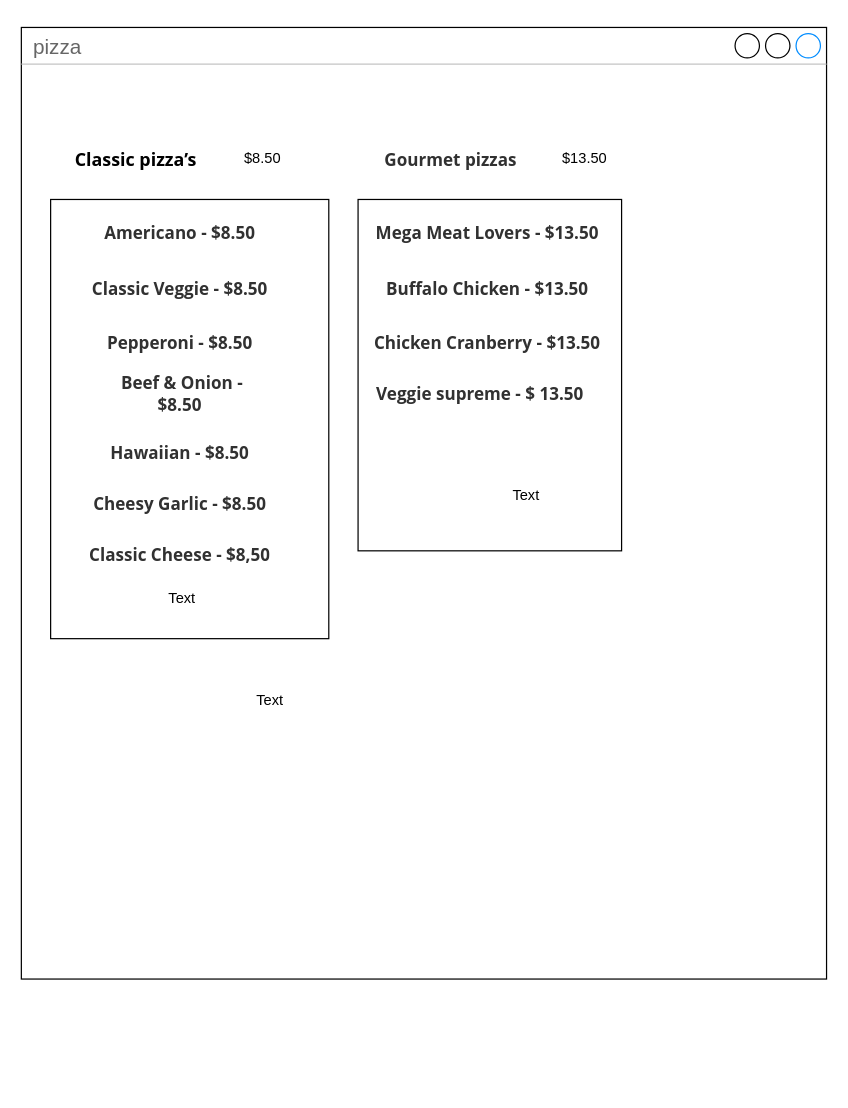
The draw.io diagram page "Page-1" (1 of 2) of Untitled Diagram.drawio in ASDAH-Digtal/pizza-program-mavehanisi2005, before the edit. Source tidied: cells renumbered, new cells numbered last; positions are measured from the earlier drawing's top-left corner, leaving out a move shared by most shapes. Both pictures are drawn from the tidied source at 122%, with x=0, y=0 at pixel (21, 27).
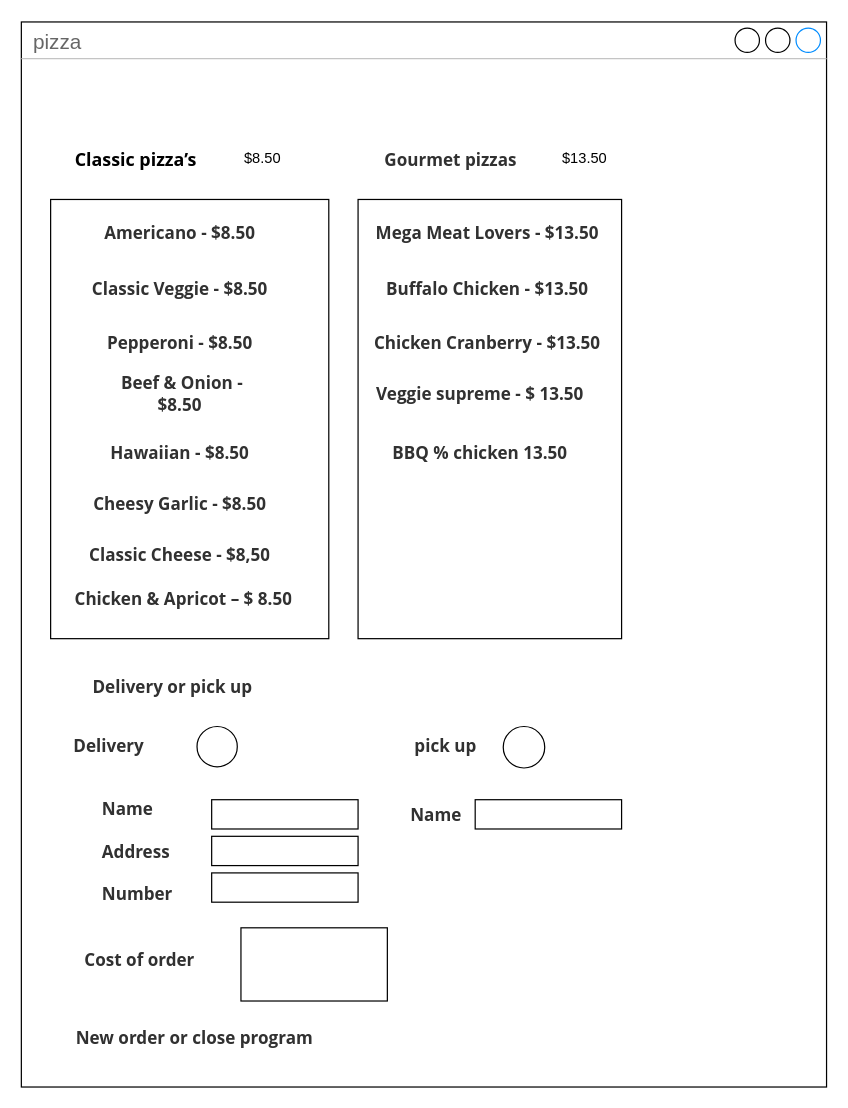
After the change.

Diff of the diagram source:
```diff
@@
     <mxCell id="2" value="pizza&amp;nbsp;" style="strokeWidth=1;shadow=0;dashed=0;align=center;html=1;shape=mxgraph.mockup.containers.window;align=left;verticalAlign=top;spacingLeft=8;strokeColor2=#008cff;strokeColor3=#c4c4c4;fontColor=#666666;mainText=;fontSize=17;labelBackgroundColor=none;" parent="1" vertex="1">
-      <mxGeometry width="660" height="780" as="geometry" />
+      <mxGeometry y="-4.5" width="660" height="873" as="geometry" />
     </mxCell>
@@
     <mxCell id="12" style="rounded=0;whiteSpace=wrap;html=1;" parent="1" vertex="1">
-      <mxGeometry x="276" y="141" width="216" height="288" as="geometry" />
+      <mxGeometry x="276" y="141" width="216" height="360" as="geometry" />
     </mxCell>
@@
-    <mxCell id="18" value="Text" style="text;html=1;strokeColor=none;fillColor=none;align=center;verticalAlign=middle;whiteSpace=wrap;rounded=0;" parent="1" vertex="1">
-      <mxGeometry x="48" y="453" width="168" height="30" as="geometry" />
-    </mxCell>
@@
-    <mxCell id="21" value="Text" style="text;html=1;strokeColor=none;fillColor=none;align=center;verticalAlign=middle;whiteSpace=wrap;rounded=0;" parent="1" vertex="1">
-      <mxGeometry x="384" y="369" width="60" height="30" as="geometry" />
+    <mxCell id="21" value="&#10;&#10;&lt;span lang=&quot;EN-US&quot; class=&quot;TextRun SCXW108881625 BCX0&quot; style=&quot;margin: 0px; padding: 0px; font-variant: normal; font-style: normal; letter-spacing: normal; text-align: left; text-indent: 0px; text-transform: none; word-spacing: 0px; background-color: rgb(255, 255, 255); color: rgb(49, 49, 49); font-size: 10.5pt; line-height: 17.2667px; font-family: &amp;quot;open sans&amp;quot;, &amp;quot;open sans_embeddedfont&amp;quot;, &amp;quot;open sans_msfontservice&amp;quot;, sans-serif; font-weight: bold;&quot;&gt;&lt;span class=&quot;NormalTextRun SCXW108881625 BCX0&quot; style=&quot;margin: 0px ; padding: 0px&quot;&gt;BBQ % chicken 13.50&lt;/span&gt;&lt;/span&gt;&lt;span class=&quot;EOP SCXW108881625 BCX0&quot; style=&quot;margin: 0px; padding: 0px; font-style: normal; font-weight: 400; letter-spacing: normal; text-align: left; text-indent: 0px; text-transform: none; word-spacing: 0px; background-color: rgb(255, 255, 255); font-size: 10.5pt; line-height: 17.2667px; font-family: &amp;quot;open sans&amp;quot;, &amp;quot;open sans_embeddedfont&amp;quot;, &amp;quot;open sans_msfontservice&amp;quot;, sans-serif; color: rgb(49, 49, 49);&quot;&gt;&amp;nbsp;&lt;/span&gt;&#10;&#10;" style="text;html=1;strokeColor=none;fillColor=none;align=center;verticalAlign=middle;whiteSpace=wrap;rounded=0;" parent="1" vertex="1">
+      <mxGeometry x="300" y="333" width="156" height="30" as="geometry" />
     </mxCell>
-    <mxCell id="22" value="Text" style="text;html=1;strokeColor=none;fillColor=none;align=center;verticalAlign=middle;whiteSpace=wrap;rounded=0;" parent="1" vertex="1">
-      <mxGeometry x="24" y="537" width="360" height="30" as="geometry" />
+    <mxCell id="22" value="&#10;&#10;&lt;span lang=&quot;EN-US&quot; class=&quot;TextRun SCXW60434839 BCX0&quot; style=&quot;margin: 0px; padding: 0px; font-variant: normal; font-style: normal; letter-spacing: normal; text-align: left; text-indent: 0px; text-transform: none; word-spacing: 0px; background-color: rgb(255, 255, 255); color: rgb(49, 49, 49); font-size: 10.5pt; line-height: 17.2667px; font-family: &amp;quot;open sans&amp;quot;, &amp;quot;open sans_embeddedfont&amp;quot;, &amp;quot;open sans_msfontservice&amp;quot;, sans-serif; font-weight: bold;&quot;&gt;&lt;span class=&quot;NormalTextRun SCXW60434839 BCX0&quot; style=&quot;margin: 0px ; padding: 0px&quot;&gt;Delivery or pick up&lt;/span&gt;&lt;/span&gt;&lt;span class=&quot;EOP SCXW60434839 BCX0&quot; style=&quot;margin: 0px; padding: 0px; font-style: normal; font-weight: 400; letter-spacing: normal; text-align: left; text-indent: 0px; text-transform: none; word-spacing: 0px; background-color: rgb(255, 255, 255); font-size: 10.5pt; line-height: 17.2667px; font-family: &amp;quot;open sans&amp;quot;, &amp;quot;open sans_embeddedfont&amp;quot;, &amp;quot;open sans_msfontservice&amp;quot;, sans-serif; color: rgb(49, 49, 49);&quot;&gt;&amp;nbsp;&lt;/span&gt;&#10;&#10;" style="text;html=1;strokeColor=none;fillColor=none;align=center;verticalAlign=middle;whiteSpace=wrap;rounded=0;" parent="1" vertex="1">
+      <mxGeometry x="24" y="525" width="204" height="30" as="geometry" />
     </mxCell>
+    <mxCell id="23" value="&#10;&#10;&lt;span lang=&quot;EN-US&quot; class=&quot;TextRun BCX0 SCXW267717748&quot; style=&quot;animation: 0s ease 0s 1 normal none running none; appearance: none; backface-visibility: visible; background: none 0% 0% / auto repeat scroll padding-box border-box rgba(0, 0, 0, 0); border-color: rgb(49, 49, 49); border-collapse: separate; border-width: 0px; border-style: none; border-spacing: 0px; border-radius: 0px; box-shadow: none; box-sizing: content-box; caption-side: top; clear: none; clip: auto; color: rgb(49, 49, 49); content: normal; cursor: text; direction: ltr; display: inline; empty-cells: show; float: none; font-family: wordvisi_msfontservice, &amp;quot;open sans&amp;quot;, &amp;quot;open sans_embeddedfont&amp;quot;, &amp;quot;open sans_msfontservice&amp;quot;, sans-serif; font-size: 14px; font-style: normal; font-weight: 700; height: auto; letter-spacing: normal; line-height: 17.2667px; list-style: outside none disc; margin: 0px; max-height: none; max-width: none; min-height: 0px; min-width: 0px; opacity: 1; outline: rgb(49, 49, 49) none 0px; overflow: visible; overflow-wrap: break-word; padding: 0px; perspective: none; perspective-origin: 0px 0px; position: static; resize: none; speak: normal; table-layout: auto; text-align: left; text-decoration: none; text-indent: 0px; text-overflow: clip; text-shadow: none; text-transform: none; transform: none; transform-origin: 0px 0px; transform-style: flat; transition: all 0s ease 0s; unicode-bidi: normal; vertical-align: baseline; visibility: visible; width: auto; word-break: normal; word-spacing: 0px; z-index: auto; zoom: 1;&quot;&gt;&lt;span class=&quot;NormalTextRun BCX0 SCXW267717748&quot;&gt;Delivery &lt;/span&gt;&lt;/span&gt;&#10;&#10;" style="text;html=1;strokeColor=none;fillColor=none;align=center;verticalAlign=middle;whiteSpace=wrap;rounded=0;" parent="1" vertex="1">
+      <mxGeometry x="24" y="573" width="96" height="30" as="geometry" />
+    </mxCell>
+    <mxCell id="24" style="ellipse;whiteSpace=wrap;html=1;" parent="1" vertex="1">
+      <mxGeometry x="144" y="573" width="33" height="33" as="geometry" />
+    </mxCell>
+    <mxCell id="25" value="&#10;&#10;&lt;div class=&quot;OutlineElement Ltr SCXW15388057 BCX0&quot; style=&quot;margin: 0px; padding: 0px; overflow: visible; cursor: text; clear: both; position: relative; direction: ltr; color: rgb(0, 0, 0); font-family: &amp;quot;segoe ui&amp;quot;, &amp;quot;segoe ui web&amp;quot;, arial, verdana, sans-serif; font-size: 12px; font-style: normal; font-weight: 400; letter-spacing: normal; text-indent: 0px; text-transform: none; word-spacing: 0px; background-color: rgb(255, 255, 255);&quot;&gt;&lt;p class=&quot;Paragraph SCXW15388057 BCX0&quot; lang=&quot;EN-US&quot; style=&quot;margin: 0px; padding: 0px; overflow-wrap: break-word; font-weight: normal; font-style: normal; vertical-align: baseline; background-color: transparent; text-align: left; text-indent: 0px;&quot;&gt;&lt;span lang=&quot;EN-US&quot; class=&quot;TextRun SCXW15388057 BCX0&quot; style=&quot;margin: 0px ; padding: 0px ; font-variant: normal ; color: rgb(49 , 49 , 49) ; font-size: 10.5pt ; font-style: normal ; text-transform: none ; line-height: 17.2667px ; font-family: &amp;quot;open sans&amp;quot; , &amp;quot;open sans_embeddedfont&amp;quot; , &amp;quot;open sans_msfontservice&amp;quot; , sans-serif ; font-weight: bold&quot;&gt;&lt;span class=&quot;NormalTextRun SCXW15388057 BCX0&quot; style=&quot;margin: 0px ; padding: 0px&quot;&gt;Name&lt;/span&gt;&lt;/span&gt;&lt;span class=&quot;EOP SCXW15388057 BCX0&quot; style=&quot;margin: 0px ; padding: 0px ; font-size: 10.5pt ; line-height: 17.2667px ; font-family: &amp;quot;open sans&amp;quot; , &amp;quot;open sans_embeddedfont&amp;quot; , &amp;quot;open sans_msfontservice&amp;quot; , sans-serif ; color: rgb(49 , 49 , 49)&quot;&gt;&amp;nbsp;&lt;/span&gt;&lt;/p&gt;&lt;/div&gt;&lt;div class=&quot;OutlineElement Ltr SCXW15388057 BCX0&quot; style=&quot;margin: 0px; padding: 0px; overflow: visible; cursor: text; clear: both; position: relative; direction: ltr; color: rgb(0, 0, 0); font-family: &amp;quot;segoe ui&amp;quot;, &amp;quot;segoe ui web&amp;quot;, arial, verdana, sans-serif; font-size: 12px; font-style: normal; font-weight: 400; letter-spacing: normal; text-indent: 0px; text-transform: none; word-spacing: 0px; background-color: rgb(255, 255, 255);&quot;&gt;&lt;p class=&quot;Paragraph SCXW15388057 BCX0&quot; lang=&quot;EN-US&quot; style=&quot;margin: 0px; padding: 0px; overflow-wrap: break-word; font-weight: normal; font-style: normal; vertical-align: baseline; background-color: transparent; text-align: left; text-indent: 0px;&quot;&gt;&lt;span lang=&quot;EN-US&quot; class=&quot;TextRun SCXW15388057 BCX0&quot; style=&quot;margin: 0px ; padding: 0px ; font-variant: normal ; color: rgb(49 , 49 , 49) ; font-size: 10.5pt ; font-style: normal ; text-transform: none ; line-height: 17.2667px ; font-family: &amp;quot;open sans&amp;quot; , &amp;quot;open sans_embeddedfont&amp;quot; , &amp;quot;open sans_msfontservice&amp;quot; , sans-serif ; font-weight: bold&quot;&gt;&lt;span class=&quot;NormalTextRun SCXW15388057 BCX0&quot; style=&quot;margin: 0px ; padding: 0px&quot;&gt;&amp;nbsp;     &amp;nbsp;&lt;/span&gt;&lt;/span&gt;&lt;span class=&quot;EOP SCXW15388057 BCX0&quot; style=&quot;margin: 0px ; padding: 0px ; font-size: 10.5pt ; line-height: 17.2667px ; font-family: &amp;quot;open sans&amp;quot; , &amp;quot;open sans_embeddedfont&amp;quot; , &amp;quot;open sans_msfontservice&amp;quot; , sans-serif ; color: rgb(49 , 49 , 49)&quot;&gt;&amp;nbsp;&lt;/span&gt;&lt;/p&gt;&lt;/div&gt;&lt;div class=&quot;OutlineElement Ltr SCXW15388057 BCX0&quot; style=&quot;margin: 0px; padding: 0px; overflow: visible; cursor: text; clear: both; position: relative; direction: ltr; color: rgb(0, 0, 0); font-family: &amp;quot;segoe ui&amp;quot;, &amp;quot;segoe ui web&amp;quot;, arial, verdana, sans-serif; font-size: 12px; font-style: normal; font-weight: 400; letter-spacing: normal; text-indent: 0px; text-transform: none; word-spacing: 0px; background-color: rgb(255, 255, 255);&quot;&gt;&lt;p class=&quot;Paragraph SCXW15388057 BCX0&quot; lang=&quot;EN-US&quot; style=&quot;margin: 0px; padding: 0px; overflow-wrap: break-word; font-weight: normal; font-style: normal; vertical-align: baseline; background-color: transparent; text-align: left; text-indent: 0px;&quot;&gt;&lt;span lang=&quot;EN-US&quot; class=&quot;TextRun SCXW15388057 BCX0&quot; style=&quot;margin: 0px ; padding: 0px ; font-variant: normal ; color: rgb(49 , 49 , 49) ; font-size: 10.5pt ; font-style: normal ; text-transform: none ; line-height: 17.2667px ; font-family: &amp;quot;open sans&amp;quot; , &amp;quot;open sans_embeddedfont&amp;quot; , &amp;quot;open sans_msfontservice&amp;quot; , sans-serif ; font-weight: bold&quot;&gt;&lt;span class=&quot;NormalTextRun SCXW15388057 BCX0&quot; style=&quot;margin: 0px ; padding: 0px&quot;&gt;Address&lt;/span&gt;&lt;/span&gt;&lt;span class=&quot;EOP SCXW15388057 BCX0&quot; style=&quot;margin: 0px ; padding: 0px ; font-size: 10.5pt ; line-height: 17.2667px ; font-family: &amp;quot;open sans&amp;quot; , &amp;quot;open sans_embeddedfont&amp;quot; , &amp;quot;open sans_msfontservice&amp;quot; , sans-serif ; color: rgb(49 , 49 , 49)&quot;&gt;&amp;nbsp;&lt;/span&gt;&lt;/p&gt;&lt;/div&gt;&lt;div class=&quot;OutlineElement Ltr SCXW15388057 BCX0&quot; style=&quot;margin: 0px; padding: 0px; overflow: visible; cursor: text; clear: both; position: relative; direction: ltr; color: rgb(0, 0, 0); font-family: &amp;quot;segoe ui&amp;quot;, &amp;quot;segoe ui web&amp;quot;, arial, verdana, sans-serif; font-size: 12px; font-style: normal; font-weight: 400; letter-spacing: normal; text-indent: 0px; text-transform: none; word-spacing: 0px; background-color: rgb(255, 255, 255);&quot;&gt;&lt;p class=&quot;Paragraph SCXW15388057 BCX0&quot; lang=&quot;EN-US&quot; style=&quot;margin: 0px; padding: 0px; overflow-wrap: break-word; font-weight: normal; font-style: normal; vertical-align: baseline; background-color: transparent; text-align: left; text-indent: 0px;&quot;&gt;&lt;span lang=&quot;EN-US&quot; class=&quot;TextRun SCXW15388057 BCX0&quot; style=&quot;margin: 0px ; padding: 0px ; font-variant: normal ; color: rgb(49 , 49 , 49) ; font-size: 10.5pt ; font-style: normal ; text-transform: none ; line-height: 17.2667px ; font-family: &amp;quot;open sans&amp;quot; , &amp;quot;open sans_embeddedfont&amp;quot; , &amp;quot;open sans_msfontservice&amp;quot; , sans-serif ; font-weight: bold&quot;&gt;&lt;span class=&quot;NormalTextRun SCXW15388057 BCX0&quot; style=&quot;margin: 0px ; padding: 0px&quot;&gt;&amp;nbsp;  &lt;/span&gt;&lt;/span&gt;&lt;span class=&quot;EOP SCXW15388057 BCX0&quot; style=&quot;margin: 0px ; padding: 0px ; font-size: 10.5pt ; line-height: 17.2667px ; font-family: &amp;quot;open sans&amp;quot; , &amp;quot;open sans_embeddedfont&amp;quot; , &amp;quot;open sans_msfontservice&amp;quot; , sans-serif ; color: rgb(49 , 49 , 49)&quot;&gt;&amp;nbsp;&lt;/span&gt;&lt;/p&gt;&lt;/div&gt;&lt;div class=&quot;OutlineElement Ltr SCXW15388057 BCX0&quot; style=&quot;margin: 0px; padding: 0px; overflow: visible; cursor: text; clear: both; position: relative; direction: ltr; color: rgb(0, 0, 0); font-family: &amp;quot;segoe ui&amp;quot;, &amp;quot;segoe ui web&amp;quot;, arial, verdana, sans-serif; font-size: 12px; font-style: normal; font-weight: 400; letter-spacing: normal; text-indent: 0px; text-transform: none; word-spacing: 0px; background-color: rgb(255, 255, 255);&quot;&gt;&lt;p class=&quot;Paragraph SCXW15388057 BCX0&quot; lang=&quot;EN-US&quot; style=&quot;margin: 0px; padding: 0px; overflow-wrap: break-word; font-weight: normal; font-style: normal; vertical-align: baseline; background-color: transparent; text-align: left; text-indent: 0px;&quot;&gt;&lt;span lang=&quot;EN-US&quot; class=&quot;TextRun SCXW15388057 BCX0&quot; style=&quot;margin: 0px ; padding: 0px ; font-variant: normal ; color: rgb(49 , 49 , 49) ; font-size: 10.5pt ; font-style: normal ; text-transform: none ; line-height: 17.2667px ; font-family: &amp;quot;open sans&amp;quot; , &amp;quot;open sans_embeddedfont&amp;quot; , &amp;quot;open sans_msfontservice&amp;quot; , sans-serif ; font-weight: bold&quot;&gt;&lt;span class=&quot;NormalTextRun SCXW15388057 BCX0&quot; style=&quot;margin: 0px ; padding: 0px&quot;&gt;Number  &lt;/span&gt;&lt;/span&gt;&lt;span class=&quot;EOP SCXW15388057 BCX0&quot; style=&quot;margin: 0px ; padding: 0px ; font-size: 10.5pt ; line-height: 17.2667px ; font-family: &amp;quot;open sans&amp;quot; , &amp;quot;open sans_embeddedfont&amp;quot; , &amp;quot;open sans_msfontservice&amp;quot; , sans-serif ; color: rgb(49 , 49 , 49)&quot;&gt;&amp;nbsp;&lt;/span&gt;&lt;/p&gt;&lt;/div&gt;&#10;&#10;" style="text;html=1;strokeColor=none;fillColor=none;align=center;verticalAlign=middle;whiteSpace=wrap;rounded=0;" parent="1" vertex="1">
+      <mxGeometry x="42" y="621" width="114" height="108" as="geometry" />
+    </mxCell>
+    <mxCell id="26" style="rounded=0;whiteSpace=wrap;html=1;" parent="1" vertex="1">
+      <mxGeometry x="156" y="633" width="120" height="24" as="geometry" />
+    </mxCell>
+    <mxCell id="27" style="rounded=0;whiteSpace=wrap;html=1;" parent="1" vertex="1">
+      <mxGeometry x="156" y="663" width="120" height="24" as="geometry" />
+    </mxCell>
+    <mxCell id="28" style="rounded=0;whiteSpace=wrap;html=1;" parent="1" vertex="1">
+      <mxGeometry x="156" y="693" width="120" height="24" as="geometry" />
+    </mxCell>
+    <mxCell id="29" value="&#10;&#10;&lt;span lang=&quot;EN-US&quot; class=&quot;TextRun BCX0 SCXW60568894&quot; style=&quot;animation: 0s ease 0s 1 normal none running none; appearance: none; backface-visibility: visible; background: none 0% 0% / auto repeat scroll padding-box border-box rgba(0, 0, 0, 0); border-color: rgb(49, 49, 49); border-collapse: separate; border-width: 0px; border-style: none; border-spacing: 0px; border-radius: 0px; box-shadow: none; box-sizing: content-box; caption-side: top; clear: none; clip: auto; color: rgb(49, 49, 49); content: normal; cursor: text; direction: ltr; display: inline; empty-cells: show; float: none; font-family: &amp;quot;open sans&amp;quot;, &amp;quot;open sans_embeddedfont&amp;quot;, &amp;quot;open sans_msfontservice&amp;quot;, sans-serif; font-size: 14px; font-style: normal; font-weight: 700; height: auto; letter-spacing: normal; line-height: 17.2667px; list-style: outside none disc; margin: 0px; max-height: none; max-width: none; min-height: 0px; min-width: 0px; opacity: 1; outline: rgb(49, 49, 49) none 0px; overflow: visible; overflow-wrap: break-word; padding: 0px; perspective: none; perspective-origin: 0px 0px; position: static; resize: none; speak: normal; table-layout: auto; text-align: left; text-decoration: none; text-indent: 0px; text-overflow: clip; text-shadow: none; text-transform: none; transform: none; transform-origin: 0px 0px; transform-style: flat; transition: all 0s ease 0s; unicode-bidi: normal; vertical-align: baseline; visibility: visible; width: auto; word-break: normal; word-spacing: 0px; z-index: auto; zoom: 1;&quot;&gt;&lt;span class=&quot;NormalTextRun BCX0 SCXW60568894&quot;&gt;pick up&lt;/span&gt;&lt;/span&gt;&#10;&#10;" style="text;html=1;strokeColor=none;fillColor=none;align=center;verticalAlign=middle;whiteSpace=wrap;rounded=0;" parent="1" vertex="1">
+      <mxGeometry x="300" y="573" width="96" height="30" as="geometry" />
+    </mxCell>
+    <mxCell id="30" style="ellipse;whiteSpace=wrap;html=1;" parent="1" vertex="1">
+      <mxGeometry x="395" y="573" width="34" height="34" as="geometry" />
+    </mxCell>
+    <mxCell id="31" value="&#10;&#10;&lt;span lang=&quot;EN-US&quot; class=&quot;TextRun SCXW136440449 BCX0&quot; style=&quot;margin: 0px; padding: 0px; font-variant: normal; font-style: normal; letter-spacing: normal; text-align: left; text-indent: 0px; text-transform: none; word-spacing: 0px; background-color: rgb(255, 255, 255); color: rgb(49, 49, 49); font-size: 10.5pt; line-height: 17.2667px; font-family: &amp;quot;open sans&amp;quot;, &amp;quot;open sans_embeddedfont&amp;quot;, &amp;quot;open sans_msfontservice&amp;quot;, sans-serif; font-weight: bold;&quot;&gt;&lt;span class=&quot;NormalTextRun SCXW136440449 BCX0&quot; style=&quot;margin: 0px ; padding: 0px&quot;&gt;Name&lt;/span&gt;&lt;/span&gt;&lt;span class=&quot;EOP SCXW136440449 BCX0&quot; style=&quot;margin: 0px; padding: 0px; font-style: normal; font-weight: 400; letter-spacing: normal; text-align: left; text-indent: 0px; text-transform: none; word-spacing: 0px; background-color: rgb(255, 255, 255); font-size: 10.5pt; line-height: 17.2667px; font-family: &amp;quot;open sans&amp;quot;, &amp;quot;open sans_embeddedfont&amp;quot;, &amp;quot;open sans_msfontservice&amp;quot;, sans-serif; color: rgb(49, 49, 49);&quot;&gt;&amp;nbsp;&lt;/span&gt;&#10;&#10;" style="text;html=1;strokeColor=none;fillColor=none;align=center;verticalAlign=middle;whiteSpace=wrap;rounded=0;" parent="1" vertex="1">
+      <mxGeometry x="312" y="630" width="60" height="30" as="geometry" />
+    </mxCell>
+    <mxCell id="32" style="rounded=0;whiteSpace=wrap;html=1;" parent="1" vertex="1">
+      <mxGeometry x="372" y="633" width="120" height="24" as="geometry" />
+    </mxCell>
+    <mxCell id="33" value="&#10;&#10;&lt;span lang=&quot;EN-US&quot; class=&quot;TextRun SCXW90079704 BCX0&quot; style=&quot;margin: 0px; padding: 0px; font-variant: normal; font-style: normal; letter-spacing: normal; text-align: left; text-indent: 0px; text-transform: none; word-spacing: 0px; background-color: rgb(255, 255, 255); color: rgb(49, 49, 49); font-size: 10.5pt; line-height: 17.2667px; font-family: &amp;quot;open sans&amp;quot;, &amp;quot;open sans_embeddedfont&amp;quot;, &amp;quot;open sans_msfontservice&amp;quot;, sans-serif; font-weight: bold;&quot;&gt;&lt;span class=&quot;NormalTextRun SCXW90079704 BCX0&quot; style=&quot;margin: 0px ; padding: 0px&quot;&gt;Cost of order&lt;/span&gt;&lt;/span&gt;&lt;span class=&quot;EOP SCXW90079704 BCX0&quot; style=&quot;margin: 0px; padding: 0px; font-style: normal; font-weight: 400; letter-spacing: normal; text-align: left; text-indent: 0px; text-transform: none; word-spacing: 0px; background-color: rgb(255, 255, 255); font-size: 10.5pt; line-height: 17.2667px; font-family: &amp;quot;open sans&amp;quot;, &amp;quot;open sans_embeddedfont&amp;quot;, &amp;quot;open sans_msfontservice&amp;quot;, sans-serif; color: rgb(49, 49, 49);&quot;&gt;&amp;nbsp;&lt;/span&gt;&#10;&#10;" style="text;html=1;strokeColor=none;fillColor=none;align=center;verticalAlign=middle;whiteSpace=wrap;rounded=0;" parent="1" vertex="1">
+      <mxGeometry x="15" y="749" width="168" height="30" as="geometry" />
+    </mxCell>
+    <mxCell id="34" style="rounded=0;whiteSpace=wrap;html=1;" parent="1" vertex="1">
+      <mxGeometry x="180" y="738" width="120" height="60" as="geometry" />
+    </mxCell>
+    <mxCell id="35" value="&#10;&#10;&lt;span lang=&quot;EN-US&quot; class=&quot;TextRun SCXW32252797 BCX0&quot; style=&quot;margin: 0px; padding: 0px; font-variant: normal; font-style: normal; letter-spacing: normal; text-align: left; text-indent: 0px; text-transform: none; word-spacing: 0px; background-color: rgb(255, 255, 255); color: rgb(49, 49, 49); font-size: 10.5pt; line-height: 17.2667px; font-family: &amp;quot;open sans&amp;quot;, &amp;quot;open sans_embeddedfont&amp;quot;, &amp;quot;open sans_msfontservice&amp;quot;, sans-serif; font-weight: bold;&quot;&gt;&lt;span class=&quot;NormalTextRun SCXW32252797 BCX0&quot; style=&quot;margin: 0px ; padding: 0px&quot;&gt;New order or close program&lt;/span&gt;&lt;/span&gt;&lt;span class=&quot;EOP SCXW32252797 BCX0&quot; style=&quot;margin: 0px; padding: 0px; font-style: normal; font-weight: 400; letter-spacing: normal; text-align: left; text-indent: 0px; text-transform: none; word-spacing: 0px; background-color: rgb(255, 255, 255); font-size: 10.5pt; line-height: 17.2667px; font-family: &amp;quot;open sans&amp;quot;, &amp;quot;open sans_embeddedfont&amp;quot;, &amp;quot;open sans_msfontservice&amp;quot;, sans-serif; color: rgb(49, 49, 49);&quot;&gt;&amp;nbsp;&lt;/span&gt;&#10;&#10;" style="text;html=1;strokeColor=none;fillColor=none;align=center;verticalAlign=middle;whiteSpace=wrap;rounded=0;" parent="1" vertex="1">
+      <mxGeometry x="36" y="813" width="216" height="30" as="geometry" />
+    </mxCell>
+    <mxCell id="36" value="&#10;&#10;&lt;span lang=&quot;EN-US&quot; class=&quot;TextRun SCXW179857694 BCX0&quot; style=&quot;margin: 0px; padding: 0px; font-variant: normal; font-style: normal; letter-spacing: normal; text-align: left; text-indent: 0px; text-transform: none; word-spacing: 0px; background-color: rgb(255, 255, 255); color: rgb(49, 49, 49); font-size: 10.5pt; line-height: 17.2667px; font-family: &amp;quot;open sans&amp;quot;, &amp;quot;open sans_embeddedfont&amp;quot;, &amp;quot;open sans_msfontservice&amp;quot;, sans-serif; font-weight: bold;&quot;&gt;&lt;span class=&quot;NormalTextRun SCXW179857694 BCX0&quot; style=&quot;margin: 0px ; padding: 0px&quot;&gt;Chicken &amp;amp; Apricot – $ 8.50&lt;/span&gt;&lt;/span&gt;&lt;span class=&quot;EOP SCXW179857694 BCX0&quot; style=&quot;margin: 0px; padding: 0px; font-style: normal; font-weight: 400; letter-spacing: normal; text-align: left; text-indent: 0px; text-transform: none; word-spacing: 0px; background-color: rgb(255, 255, 255); font-size: 10.5pt; line-height: 17.2667px; font-family: &amp;quot;open sans&amp;quot;, &amp;quot;open sans_embeddedfont&amp;quot;, &amp;quot;open sans_msfontservice&amp;quot;, sans-serif; color: rgb(49, 49, 49);&quot;&gt;&amp;nbsp;&lt;/span&gt;&#10;&#10;" style="text;html=1;strokeColor=none;fillColor=none;align=center;verticalAlign=middle;whiteSpace=wrap;rounded=0;" parent="1" vertex="1">
+      <mxGeometry x="42" y="453" width="186" height="30" as="geometry" />
+    </mxCell>
```
